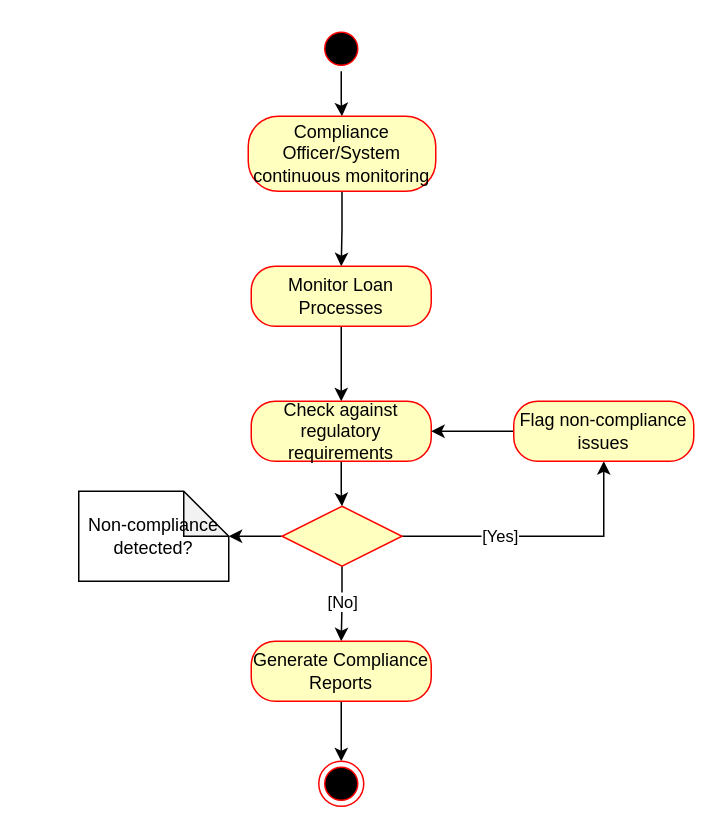
AjnaNushi/drawio keeps this draw.io diagram as Compliance Monitoring Activity Diagram.drawio. Above is the earlier version. Source tidied: cells renumbered, new cells numbered last; positions are measured from the earlier drawing's top-left corner, leaving out a move shared by most shapes. Both pictures are drawn from the tidied source at 150%, with x=0, y=0 at pixel (78, 26).
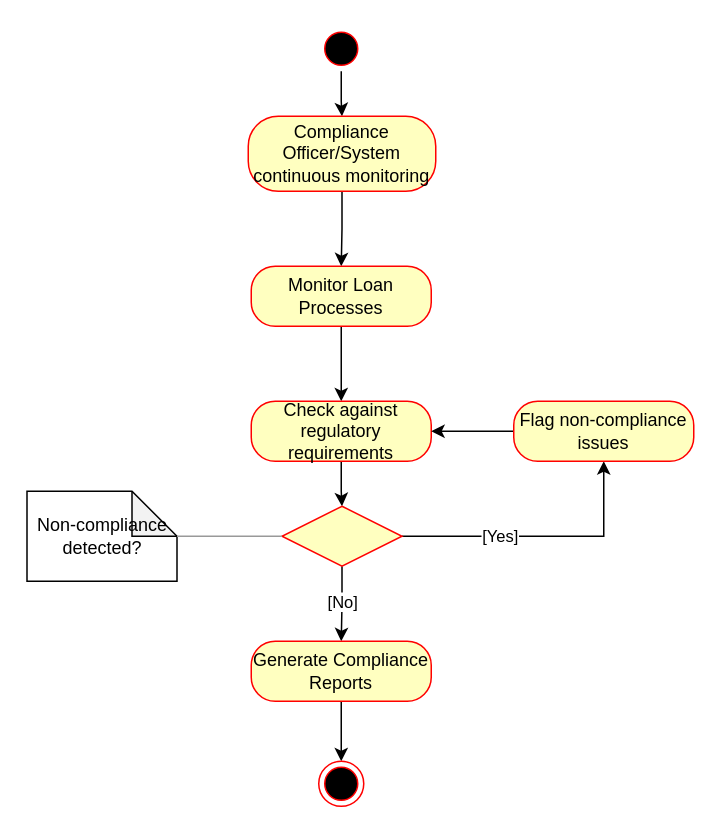
The same diagram, later.

The change refers to these unchanged cells:
```xml
<mxCell id="15" style="rhombus;whiteSpace=wrap;html=1;fontColor=#000000;fillColor=#ffffc0;strokeColor=#ff0000;" parent="1" vertex="1">
  <mxGeometry x="135.5" y="320" width="80" height="40" as="geometry" />
</mxCell>
```

What changed in the source:
```diff
@@
-    <mxCell id="10" style="edgeStyle=orthogonalEdgeStyle;rounded=0;jettySize=auto;html=1;" parent="1" edge="1" source="15" target="16">
-      <mxGeometry relative="1" as="geometry" />
-    </mxCell>
@@
     <mxCell id="16" value="Non-compliance detected?" style="shape=note;whiteSpace=wrap;html=1;backgroundOutline=1;darkOpacity=0.05;" parent="1" vertex="1">
-      <mxGeometry y="310" width="100" height="60" as="geometry" />
+      <mxGeometry x="-34.5" y="310" width="100" height="60" as="geometry" />
     </mxCell>
@@
+    <mxCell id="22" style="verticalLabelPosition=bottom;shadow=0;dashed=0;align=center;html=1;verticalAlign=top;strokeWidth=1;shape=mxgraph.mockup.markup.line;strokeColor=#999999;" parent="1" vertex="1">
+      <mxGeometry x="65.5" y="330" width="70" height="20" as="geometry" />
+    </mxCell>
```
